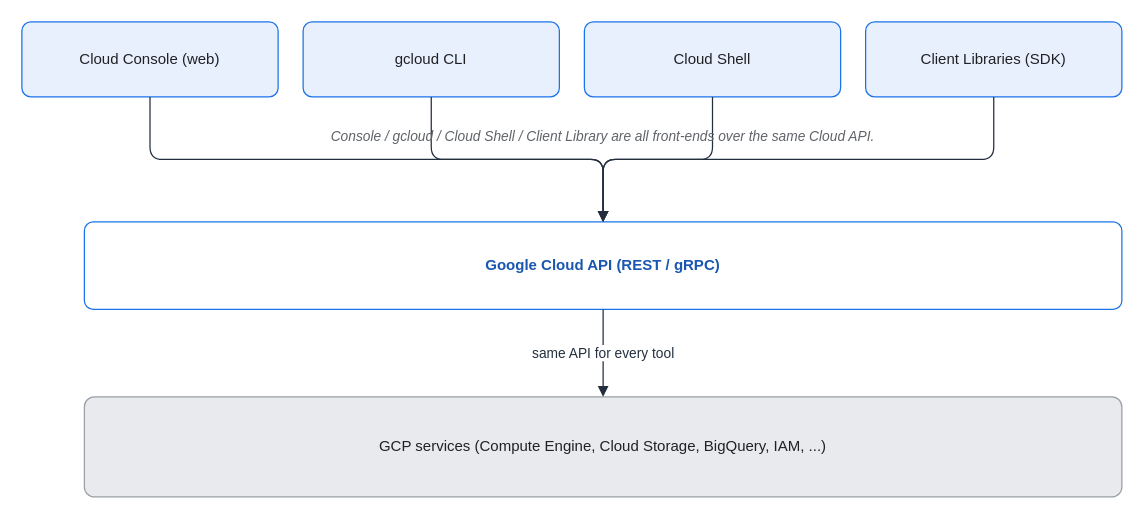
Earlier version of the draw.io diagram assets/img/gcp/gcp-access-stack.drawio (KKamJi98/kkamji98.github.io). Source tidied: cells renumbered, new cells numbered last; positions are measured from the earlier drawing's top-left corner, leaving out a move shared by most shapes. Both pictures are drawn from the tidied source at 125%, with x=0, y=0 at pixel (21, 21).
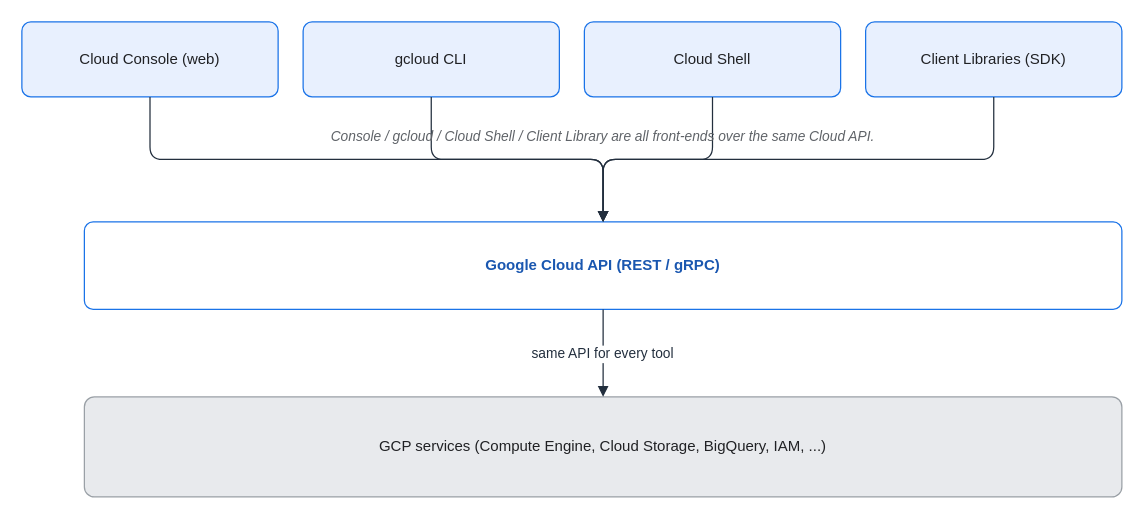
Above is the later version.

What changed in the source:
```diff
@@
 <mxGraphModel background="#FFFFFF">
   <root>
     <mxCell id="0" />
     <mxCell id="1" parent="0" />
     <mxCell id="2" value="Cloud Console (web)" style="rounded=1;whiteSpace=wrap;html=1;arcSize=12;shadow=0;fillColor=#E8F0FE;strokeColor=#1A73E8;fontColor=#202124;" parent="1" vertex="1">
       <mxGeometry width="205" height="60" as="geometry" />
     </mxCell>
     <mxCell id="3" value="gcloud CLI" style="rounded=1;whiteSpace=wrap;html=1;arcSize=12;shadow=0;fillColor=#E8F0FE;strokeColor=#1A73E8;fontColor=#202124;" parent="1" vertex="1">
       <mxGeometry x="225" width="205" height="60" as="geometry" />
     </mxCell>
     <mxCell id="4" value="Cloud Shell" style="rounded=1;whiteSpace=wrap;html=1;arcSize=12;shadow=0;fillColor=#E8F0FE;strokeColor=#1A73E8;fontColor=#202124;" parent="1" vertex="1">
       <mxGeometry x="450" width="205" height="60" as="geometry" />
     </mxCell>
     <mxCell id="5" value="Client Libraries (SDK)" style="rounded=1;whiteSpace=wrap;html=1;arcSize=12;shadow=0;fillColor=#E8F0FE;strokeColor=#1A73E8;fontColor=#202124;" parent="1" vertex="1">
       <mxGeometry x="675" width="205" height="60" as="geometry" />
     </mxCell>
     <mxCell id="6" value="Google Cloud API (REST / gRPC)" style="rounded=1;whiteSpace=wrap;html=1;arcSize=10;shadow=0;fillColor=#FFFFFF;strokeColor=#1A73E8;fontColor=#1A57B0;fontStyle=1;" parent="1" vertex="1">
       <mxGeometry x="50" y="160" width="830" height="70" as="geometry" />
     </mxCell>
     <mxCell id="7" value="GCP services (Compute Engine, Cloud Storage, BigQuery, IAM, ...)" style="rounded=1;whiteSpace=wrap;html=1;arcSize=10;shadow=0;fillColor=#E8EAED;strokeColor=#9AA0A6;fontColor=#202124;" parent="1" vertex="1">
       <mxGeometry x="50" y="300" width="830" height="80" as="geometry" />
     </mxCell>
     <mxCell id="8" style="edgeStyle=orthogonalEdgeStyle;rounded=1;html=1;endArrow=block;strokeColor=#232F3E;" parent="1" edge="1" source="2" target="6">
       <mxGeometry relative="1" as="geometry" />
     </mxCell>
     <mxCell id="9" style="edgeStyle=orthogonalEdgeStyle;rounded=1;html=1;endArrow=block;strokeColor=#232F3E;" parent="1" edge="1" source="3" target="6">
       <mxGeometry relative="1" as="geometry" />
     </mxCell>
     <mxCell id="10" style="edgeStyle=orthogonalEdgeStyle;rounded=1;html=1;endArrow=block;strokeColor=#232F3E;" parent="1" edge="1" source="4" target="6">
       <mxGeometry relative="1" as="geometry" />
     </mxCell>
     <mxCell id="11" style="edgeStyle=orthogonalEdgeStyle;rounded=1;html=1;endArrow=block;strokeColor=#232F3E;" parent="1" edge="1" source="5" target="6">
       <mxGeometry relative="1" as="geometry" />
     </mxCell>
-    <mxCell id="12" value="same API for every tool" style="edgeStyle=orthogonalEdgeStyle;rounded=1;html=1;endArrow=block;strokeColor=#232F3E;fontColor=#232F3E;labelBackgroundColor=#FFFFFF;" parent="1" edge="1" source="6" target="7">
+    <mxCell id="12" value="same API for every tool" style="edgeStyle=orthogonalEdgeStyle;rounded=1;html=0;endArrow=block;strokeColor=#232F3E;fontColor=#232F3E;labelBackgroundColor=#FFFFFF;" parent="1" edge="1" source="6" target="7">
       <mxGeometry relative="1" as="geometry" />
     </mxCell>
     <mxCell id="13" value="Console / gcloud / Cloud Shell / Client Library are all front-ends over the same Cloud API." style="text;html=1;align=center;verticalAlign=middle;whiteSpace=wrap;fontSize=11;fontColor=#5F6368;fontStyle=2;" parent="1" vertex="1">
       <mxGeometry x="50" y="80" width="830" height="24" as="geometry" />
     </mxCell>
   </root>
 </mxGraphModel>
```
